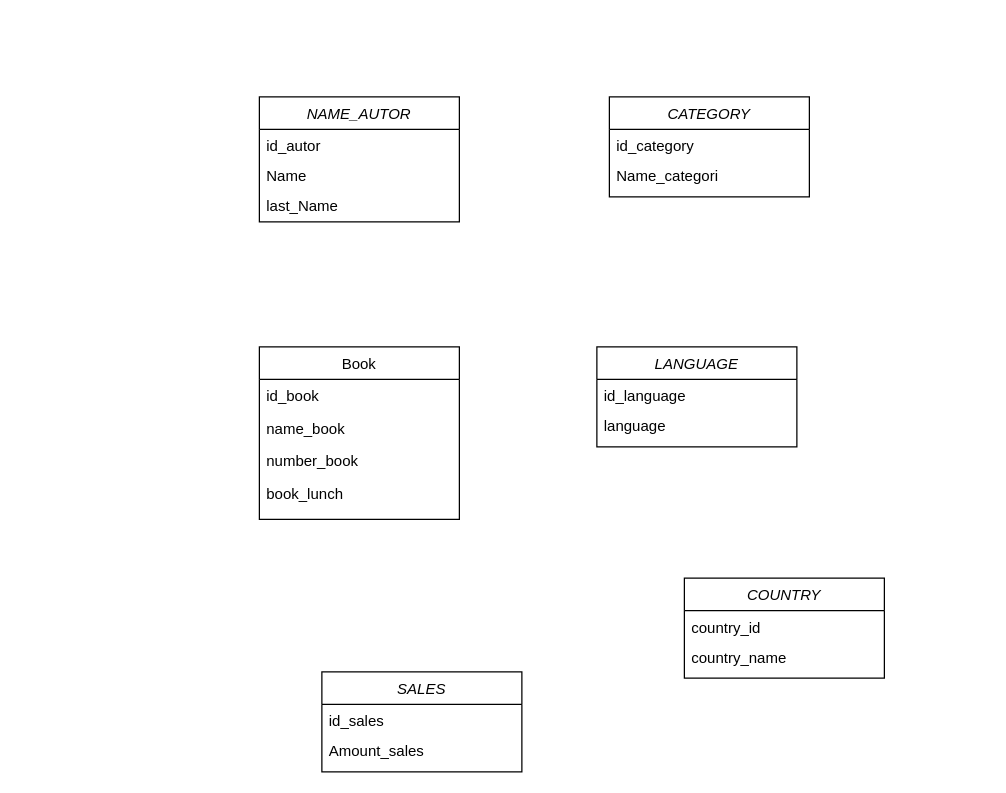
The draw.io diagram Untitled Diagram.drawio in johns70/bucle-foreach, before the edit. Source tidied: cells renumbered, new cells numbered last; positions are measured from the earlier drawing's top-left corner, leaving out a move shared by most shapes. Both pictures are drawn from the tidied source at 125%, with x=0, y=0 at pixel (259, 96).
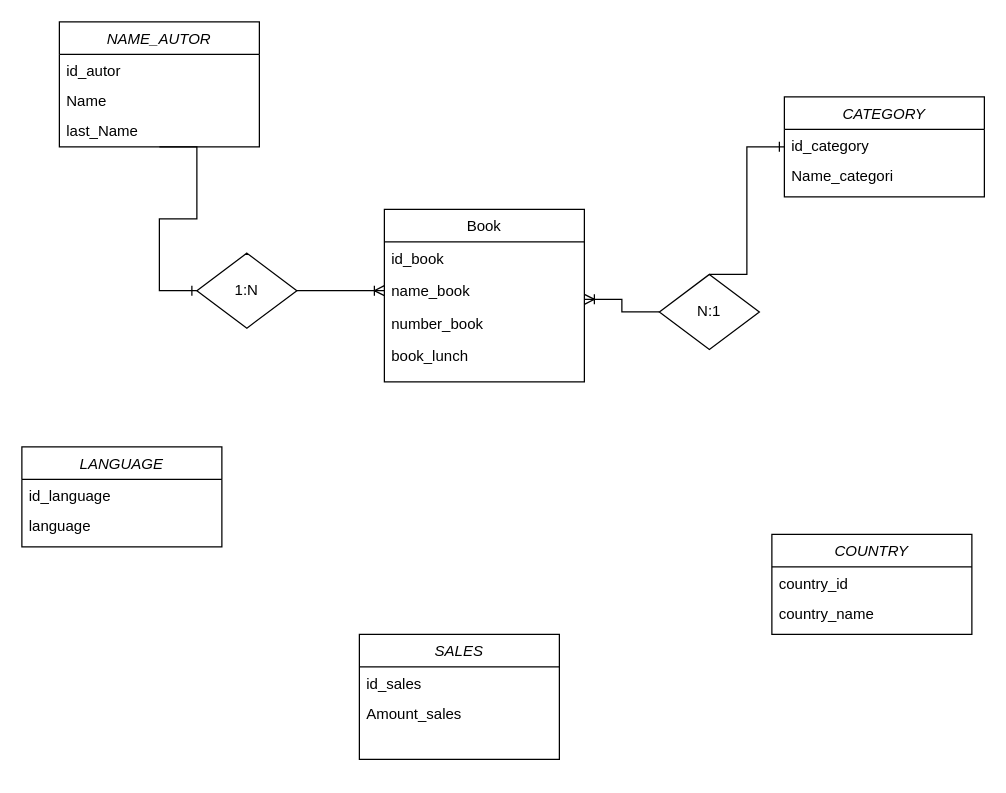
Above is the later version.

Unchanged cells that the change refers to:
```xml
<mxCell id="8" value="name_book" style="text;align=left;verticalAlign=top;spacingLeft=4;spacingRight=4;overflow=hidden;points=[[0,0.5],[1,0.5]];portConstraint=eastwest;rounded=0;shadow=0;html=0;" parent="6" vertex="1">
  <mxGeometry y="52" width="160" height="26" as="geometry" />
</mxCell>
<mxCell id="12" value="id_category" style="text;align=left;verticalAlign=top;spacingLeft=4;spacingRight=4;overflow=hidden;points=[[0,0.5],[1,0.5]];portConstraint=eastwest;" parent="11" vertex="1">
  <mxGeometry y="26" width="160" height="24" as="geometry" />
</mxCell>
```

The edit, as a diff of the source:
```diff
@@
     <mxCell id="2" value="NAME_AUTOR" style="swimlane;fontStyle=2;align=center;verticalAlign=top;horizontal=1;startSize=26;rounded=0;shadow=0;strokeWidth=1;" parent="1" vertex="1">
-      <mxGeometry width="160" height="100" as="geometry" />
+      <mxGeometry x="-160" y="-60" width="160" height="100" as="geometry" />
     </mxCell>
@@
     <mxCell id="6" value="Book" style="swimlane;fontStyle=0;align=center;verticalAlign=top;horizontal=1;startSize=26;rounded=0;shadow=0;strokeWidth=1;" parent="1" vertex="1">
-      <mxGeometry y="200" width="160" height="138" as="geometry" />
+      <mxGeometry x="100" y="90" width="160" height="138" as="geometry" />
     </mxCell>
@@
     <mxCell id="11" value="CATEGORY" style="swimlane;fontStyle=2;align=center;verticalAlign=top;horizontal=1;startSize=26;rounded=0;shadow=0;strokeWidth=1;" parent="1" vertex="1">
-      <mxGeometry x="280" width="160" height="80" as="geometry" />
+      <mxGeometry x="420" width="160" height="80" as="geometry" />
     </mxCell>
@@
     <mxCell id="14" value="LANGUAGE" style="swimlane;fontStyle=2;align=center;verticalAlign=top;horizontal=1;startSize=26;rounded=0;shadow=0;strokeWidth=1;" parent="1" vertex="1">
-      <mxGeometry x="270" y="200" width="160" height="80" as="geometry" />
+      <mxGeometry x="-190" y="280" width="160" height="80" as="geometry" />
     </mxCell>
@@
     <mxCell id="17" value="COUNTRY" style="swimlane;fontStyle=2;align=center;verticalAlign=top;horizontal=1;startSize=26;rounded=0;shadow=0;strokeWidth=1;" parent="1" vertex="1">
-      <mxGeometry x="340" y="385" width="160" height="80" as="geometry" />
+      <mxGeometry x="410" y="350" width="160" height="80" as="geometry" />
     </mxCell>
@@
     <mxCell id="20" value="SALES" style="swimlane;fontStyle=2;align=center;verticalAlign=top;horizontal=1;startSize=26;rounded=0;shadow=0;strokeWidth=1;" parent="1" vertex="1">
-      <mxGeometry x="50" y="460" width="160" height="80" as="geometry" />
+      <mxGeometry x="80" y="430" width="160" height="100" as="geometry" />
     </mxCell>
@@
+    <mxCell id="23" style="edgeStyle=entityRelationEdgeStyle;fontSize=12;html=1;endArrow=ERoneToMany;rounded=0;entryX=0;entryY=0.5;entryDx=0;entryDy=0;exitX=1;exitY=0.5;exitDx=0;exitDy=0;" parent="1" edge="1" source="24" target="8">
+      <mxGeometry relative="1" as="geometry">
+        <Array as="points">
+          <mxPoint x="50" y="-212.5" />
+          <mxPoint x="130" y="-12.5" />
+          <mxPoint x="50" y="160" />
+          <mxPoint x="140" y="-2.5" />
+        </Array>
+      </mxGeometry>
+    </mxCell>
+    <mxCell id="24" value="1:N" style="shape=rhombus;perimeter=rhombusPerimeter;whiteSpace=wrap;html=1;align=center;" parent="1" vertex="1">
+      <mxGeometry x="-50" y="125" width="80" height="60" as="geometry" />
+    </mxCell>
+    <mxCell id="25" style="edgeStyle=entityRelationEdgeStyle;fontSize=12;html=1;endArrow=ERoneToMany;rounded=0;exitX=0;exitY=0.5;exitDx=0;exitDy=0;entryX=1;entryY=0.769;entryDx=0;entryDy=0;entryPerimeter=0;" parent="1" edge="1" source="26" target="8">
+      <mxGeometry relative="1" as="geometry">
+        <Array as="points">
+          <mxPoint x="580" y="220" />
+          <mxPoint x="520" y="250" />
+        </Array>
+      </mxGeometry>
+    </mxCell>
+    <mxCell id="26" value="N:1" style="shape=rhombus;perimeter=rhombusPerimeter;whiteSpace=wrap;html=1;align=center;" parent="1" vertex="1">
+      <mxGeometry x="320" y="142" width="80" height="60" as="geometry" />
+    </mxCell>
+    <mxCell id="27" style="edgeStyle=entityRelationEdgeStyle;fontSize=12;html=1;endArrow=ERone;endFill=1;rounded=0;exitX=0.5;exitY=0;exitDx=0;exitDy=0;entryX=0;entryY=0.583;entryDx=0;entryDy=0;entryPerimeter=0;" parent="1" edge="1" source="26" target="12">
+      <mxGeometry relative="1" as="geometry">
+        <Array as="points">
+          <mxPoint x="450" y="80" />
+          <mxPoint x="460" y="70" />
+        </Array>
+      </mxGeometry>
+    </mxCell>
+    <mxCell id="28" style="edgeStyle=entityRelationEdgeStyle;fontSize=12;html=1;endArrow=ERone;endFill=1;rounded=0;entryX=0;entryY=0.5;entryDx=0;entryDy=0;exitX=0.5;exitY=1;exitDx=0;exitDy=0;" parent="1" edge="1" source="2" target="24">
+      <mxGeometry relative="1" as="geometry" />
+    </mxCell>
```
